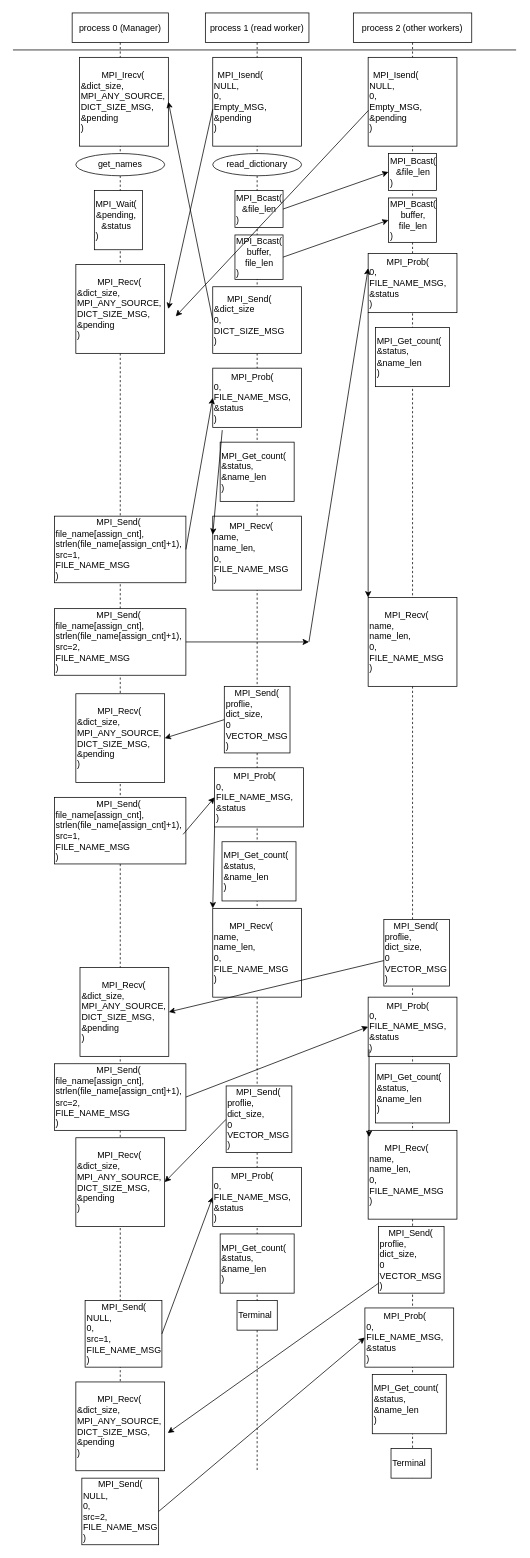
Jacksonacc877/Parallel-Programming- keeps this draw.io diagram as Untitled Diagram.drawio. Above is the earlier version. Source tidied: cells renumbered, new cells numbered last; positions are measured from the earlier drawing's top-left corner, leaving out a move shared by most shapes. Both pictures are drawn from the tidied source at 74%, with x=0, y=0 at pixel (13, 13).
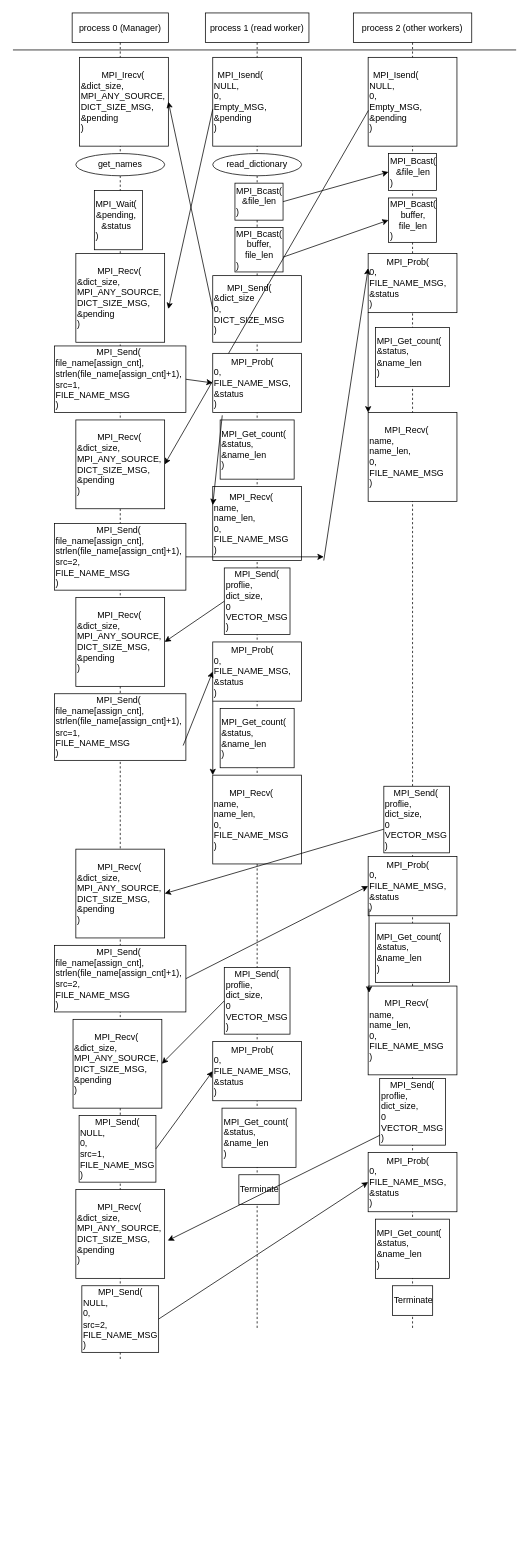
After the change.

The change refers to these unchanged cells:
```xml
<mxCell id="13" value="&lt;div style=&quot;text-align: center&quot;&gt;&lt;span&gt;MPI_Isend(&lt;/span&gt;&lt;/div&gt;NULL,&lt;br&gt;0,&lt;br&gt;&lt;div&gt;Empty_MSG,&lt;/div&gt;&lt;div&gt;&amp;amp;pending&lt;/div&gt;)" style="rounded=0;whiteSpace=wrap;html=1;align=left;" parent="1" vertex="1">
  <mxGeometry x="480" y="60" width="120" height="120" as="geometry" />
</mxCell>
<mxCell id="30" value="&lt;div style=&quot;text-align: center&quot;&gt;&lt;span&gt;MPI_Prob(&lt;/span&gt;&lt;/div&gt;&lt;div&gt;0,&lt;/div&gt;&lt;div&gt;FILE_NAME_MSG,&lt;/div&gt;&lt;div&gt;&amp;amp;status&lt;/div&gt;)" style="rounded=0;whiteSpace=wrap;html=1;align=left;" parent="1" vertex="1">
  <mxGeometry x="480" y="325" width="120" height="80" as="geometry" />
</mxCell>
```

Change to the diagram source:
```diff
@@
     <mxCell id="2" value="process 0 (Manager)" style="shape=umlLifeline;perimeter=lifelinePerimeter;rounded=0;shadow=0;strokeWidth=1;" parent="1" vertex="1">
-      <mxGeometry x="80" width="130" height="1960" as="geometry" />
+      <mxGeometry x="80" width="130" height="1820" as="geometry" />
     </mxCell>
@@
+    <mxCell id="66" value="&lt;div style=&quot;text-align: center&quot;&gt;&lt;span&gt;MPI_Recv(&lt;/span&gt;&lt;/div&gt;&amp;amp;dict_size,&lt;br&gt;MPI_ANY_SOURCE,&lt;br&gt;&lt;div&gt;DICT_SIZE_MSG,&lt;/div&gt;&lt;div&gt;&amp;amp;pending&lt;/div&gt;)" style="rounded=0;whiteSpace=wrap;html=1;align=left;" parent="2" vertex="1">
+      <mxGeometry x="5" y="1590" width="120" height="120" as="geometry" />
+    </mxCell>
     <mxCell id="5" value="process 1 (read worker)" style="shape=umlLifeline;perimeter=lifelinePerimeter;rounded=0;shadow=0;strokeWidth=1;" parent="1" vertex="1">
-      <mxGeometry x="260" width="140" height="1970" as="geometry" />
+      <mxGeometry x="260" width="140" height="1780" as="geometry" />
     </mxCell>
     <mxCell id="6" value="&lt;div style=&quot;text-align: center&quot;&gt;&lt;span&gt;MPI_Prob(&lt;/span&gt;&lt;/div&gt;&lt;div&gt;0,&lt;/div&gt;&lt;div&gt;FILE_NAME_MSG,&lt;/div&gt;&lt;div&gt;&amp;amp;status&lt;/div&gt;)" style="rounded=0;whiteSpace=wrap;html=1;align=left;" parent="5" vertex="1">
-      <mxGeometry x="12.5" y="1020" width="120" height="80" as="geometry" />
+      <mxGeometry x="10" y="850" width="120" height="80" as="geometry" />
     </mxCell>
     <mxCell id="7" value="&lt;div style=&quot;text-align: center&quot;&gt;&lt;span&gt;MPI_Get_count(&lt;/span&gt;&lt;/div&gt;&lt;div&gt;&lt;span&gt;&amp;amp;status,&lt;/span&gt;&lt;br&gt;&lt;/div&gt;&lt;div&gt;&lt;span&gt;&amp;amp;name_len&lt;/span&gt;&lt;/div&gt;)" style="rounded=0;whiteSpace=wrap;html=1;align=left;" parent="5" vertex="1">
-      <mxGeometry x="22.5" y="1120" width="100" height="80" as="geometry" />
+      <mxGeometry x="20" y="940" width="100" height="80" as="geometry" />
     </mxCell>
-    <mxCell id="8" value="&lt;div style=&quot;text-align: center&quot;&gt;Terminal&lt;/div&gt;&lt;div style=&quot;text-align: center&quot;&gt;&lt;/div&gt;" style="rounded=0;whiteSpace=wrap;html=1;align=left;" parent="5" vertex="1">
-      <mxGeometry x="42.8" y="1740" width="54.4" height="40" as="geometry" />
+    <mxCell id="8" value="&lt;div style=&quot;text-align: center&quot;&gt;Terminate&lt;/div&gt;&lt;div style=&quot;text-align: center&quot;&gt;&lt;/div&gt;" style="rounded=0;whiteSpace=wrap;html=1;align=left;" parent="5" vertex="1">
+      <mxGeometry x="45.3" y="1570" width="54.4" height="40" as="geometry" />
     </mxCell>
+    <mxCell id="15" value="&lt;div style=&quot;text-align: center&quot;&gt;&lt;span&gt;MPI_Bcast(&lt;/span&gt;&lt;/div&gt;&lt;div style=&quot;text-align: center&quot;&gt;&amp;amp;file_len&lt;/div&gt;)" style="rounded=0;whiteSpace=wrap;html=1;align=left;" parent="5" vertex="1">
+      <mxGeometry x="40" y="230" width="65" height="50" as="geometry" />
+    </mxCell>
     <mxCell id="9" value="process 2 (other workers)" style="shape=umlLifeline;perimeter=lifelinePerimeter;rounded=0;shadow=0;strokeWidth=1;" parent="1" vertex="1">
-      <mxGeometry x="460" width="160" height="1980" as="geometry" />
+      <mxGeometry x="460" width="160" height="1780" as="geometry" />
     </mxCell>
-    <mxCell id="10" value="&lt;div style=&quot;text-align: center&quot;&gt;Terminal&lt;/div&gt;&lt;div style=&quot;text-align: center&quot;&gt;&lt;/div&gt;" style="rounded=0;whiteSpace=wrap;html=1;align=left;" parent="9" vertex="1">
-      <mxGeometry x="50.9" y="1940" width="54.4" height="40" as="geometry" />
+    <mxCell id="10" value="&lt;div style=&quot;text-align: center&quot;&gt;Terminate&lt;/div&gt;&lt;div style=&quot;text-align: center&quot;&gt;&lt;/div&gt;" style="rounded=0;whiteSpace=wrap;html=1;align=left;" parent="9" vertex="1">
+      <mxGeometry x="52.8" y="1720" width="54.4" height="40" as="geometry" />
     </mxCell>
@@
-    <mxCell id="15" value="&lt;div style=&quot;text-align: center&quot;&gt;&lt;span&gt;MPI_Bcast(&lt;/span&gt;&lt;/div&gt;&lt;div style=&quot;text-align: center&quot;&gt;&amp;amp;file_len&lt;/div&gt;)" style="rounded=0;whiteSpace=wrap;html=1;align=left;" parent="1" vertex="1">
-      <mxGeometry x="300" y="240" width="65" height="50" as="geometry" />
-    </mxCell>
     <mxCell id="16" value="&lt;div style=&quot;text-align: center&quot;&gt;&lt;span&gt;MPI_Bcast(&lt;/span&gt;&lt;/div&gt;&lt;div style=&quot;text-align: center&quot;&gt;buffer,&lt;/div&gt;&lt;div style=&quot;text-align: center&quot;&gt;file_len&lt;/div&gt;)" style="rounded=0;whiteSpace=wrap;html=1;align=left;" parent="1" vertex="1">
-      <mxGeometry x="300" y="300" width="65" height="60" as="geometry" />
+      <mxGeometry x="300" y="290" width="65" height="60" as="geometry" />
     </mxCell>
@@
     <mxCell id="22" value="&lt;div style=&quot;text-align: center&quot;&gt;&lt;span&gt;MPI_Send(&lt;/span&gt;&lt;/div&gt;&amp;amp;dict_size&lt;br&gt;0,&lt;br&gt;&lt;div&gt;DICT_SIZE_MSG&lt;br&gt;&lt;/div&gt;)" style="rounded=0;whiteSpace=wrap;html=1;align=left;" parent="1" vertex="1">
-      <mxGeometry x="270" y="370" width="120" height="90" as="geometry" />
+      <mxGeometry x="270" y="355" width="120" height="90" as="geometry" />
     </mxCell>
@@
     <mxCell id="24" value="&lt;div style=&quot;text-align: center&quot;&gt;&lt;span&gt;MPI_Recv(&lt;/span&gt;&lt;/div&gt;&amp;amp;dict_size,&lt;br&gt;MPI_ANY_SOURCE,&lt;br&gt;&lt;div&gt;DICT_SIZE_MSG,&lt;/div&gt;&lt;div&gt;&amp;amp;pending&lt;/div&gt;)" style="rounded=0;whiteSpace=wrap;html=1;align=left;" parent="1" vertex="1">
-      <mxGeometry x="85" y="340" width="120" height="120" as="geometry" />
+      <mxGeometry x="85" y="325" width="120" height="120" as="geometry" />
     </mxCell>
@@
-    <mxCell id="26" style="endArrow=classic;html=1;exitX=0.003;exitY=0.598;exitDx=0;exitDy=0;exitPerimeter=0;" parent="1" edge="1" source="13">
-      <mxGeometry relative="1" as="geometry">
-        <mxPoint x="220" y="410" as="targetPoint" />
-      </mxGeometry>
+    <mxCell id="26" style="endArrow=classic;html=1;exitX=0.003;exitY=0.598;exitDx=0;exitDy=0;exitPerimeter=0;entryX=1;entryY=0.5;entryDx=0;entryDy=0;" parent="1" edge="1" source="13" target="70">
+      <mxGeometry relative="1" as="geometry" />
     </mxCell>
     <mxCell id="27" value="&lt;div style=&quot;text-align: center&quot;&gt;&lt;span&gt;MPI_Send(&lt;/span&gt;&lt;/div&gt;file_name[assign_cnt],&lt;br&gt;strlen(file_name[assign_cnt]+1),&lt;br&gt;src=1,&lt;br&gt;&lt;div&gt;FILE_NAME_MSG&lt;br&gt;&lt;/div&gt;)" style="rounded=0;whiteSpace=wrap;html=1;align=left;" parent="1" vertex="1">
-      <mxGeometry x="56.2" y="680" width="177.5" height="90" as="geometry" />
+      <mxGeometry x="56.2" y="450" width="177.5" height="90" as="geometry" />
     </mxCell>
     <mxCell id="28" value="&lt;div style=&quot;text-align: center&quot;&gt;&lt;span&gt;MPI_Prob(&lt;/span&gt;&lt;/div&gt;&lt;div&gt;0,&lt;/div&gt;&lt;div&gt;FILE_NAME_MSG,&lt;/div&gt;&lt;div&gt;&amp;amp;status&lt;/div&gt;)" style="rounded=0;whiteSpace=wrap;html=1;align=left;" parent="1" vertex="1">
-      <mxGeometry x="270" y="480" width="120" height="80" as="geometry" />
+      <mxGeometry x="270" y="460" width="120" height="80" as="geometry" />
     </mxCell>
     <mxCell id="29" value="&lt;div style=&quot;text-align: center&quot;&gt;&lt;span&gt;MPI_Get_count(&lt;/span&gt;&lt;/div&gt;&lt;div&gt;&lt;span&gt;&amp;amp;status,&lt;/span&gt;&lt;br&gt;&lt;/div&gt;&lt;div&gt;&lt;span&gt;&amp;amp;name_len&lt;/span&gt;&lt;/div&gt;)" style="rounded=0;whiteSpace=wrap;html=1;align=left;" parent="1" vertex="1">
-      <mxGeometry x="280" y="580" width="100" height="80" as="geometry" />
+      <mxGeometry x="280" y="550" width="100" height="80" as="geometry" />
     </mxCell>
@@
     <mxCell id="32" value="&lt;div style=&quot;text-align: center&quot;&gt;&lt;span&gt;MPI_Recv(&lt;/span&gt;&lt;/div&gt;name,&lt;br&gt;name_len,&lt;br&gt;&lt;div&gt;0,&lt;/div&gt;&lt;div&gt;FILE_NAME_MSG&lt;/div&gt;)" style="rounded=0;whiteSpace=wrap;html=1;align=left;" parent="1" vertex="1">
-      <mxGeometry x="270" y="680" width="120" height="100" as="geometry" />
+      <mxGeometry x="270" y="640" width="120" height="100" as="geometry" />
     </mxCell>
     <mxCell id="33" value="&lt;div style=&quot;text-align: center&quot;&gt;&lt;span&gt;MPI_Recv(&lt;/span&gt;&lt;/div&gt;name,&lt;br&gt;name_len,&lt;br&gt;&lt;div&gt;0,&lt;/div&gt;&lt;div&gt;FILE_NAME_MSG&lt;/div&gt;)" style="rounded=0;whiteSpace=wrap;html=1;align=left;" parent="1" vertex="1">
-      <mxGeometry x="480" y="790" width="120" height="120" as="geometry" />
+      <mxGeometry x="480" y="540" width="120" height="120" as="geometry" />
     </mxCell>
     <mxCell id="34" value="&lt;div style=&quot;text-align: center&quot;&gt;&lt;span&gt;MPI_Send(&lt;/span&gt;&lt;/div&gt;file_name[assign_cnt],&lt;br&gt;strlen(file_name[assign_cnt]+1),&lt;br&gt;src=2,&lt;br&gt;&lt;div&gt;FILE_NAME_MSG&lt;br&gt;&lt;/div&gt;)" style="rounded=0;whiteSpace=wrap;html=1;align=left;" parent="1" vertex="1">
-      <mxGeometry x="56.2" y="805" width="177.5" height="90" as="geometry" />
+      <mxGeometry x="56.2" y="690" width="177.5" height="90" as="geometry" />
     </mxCell>
     <mxCell id="35" style="endArrow=classic;html=1;exitX=1;exitY=0.5;exitDx=0;exitDy=0;" parent="1" edge="1" source="34">
       <mxGeometry relative="1" as="geometry">
-        <mxPoint x="400" y="850" as="targetPoint" />
+        <mxPoint x="420" y="735" as="targetPoint" />
       </mxGeometry>
     </mxCell>
@@
     <mxCell id="37" value="&lt;div style=&quot;text-align: center&quot;&gt;&lt;span&gt;MPI_Send(&lt;/span&gt;&lt;/div&gt;proflie,&lt;br&gt;dict_size,&lt;br&gt;0&lt;br&gt;&lt;div&gt;VECTOR_MSG&lt;br&gt;&lt;/div&gt;)" style="rounded=0;whiteSpace=wrap;html=1;align=left;" parent="1" vertex="1">
-      <mxGeometry x="285.6" y="910" width="88.8" height="90" as="geometry" />
+      <mxGeometry x="285.6" y="750" width="88.8" height="90" as="geometry" />
     </mxCell>
     <mxCell id="38" value="&lt;div style=&quot;text-align: center&quot;&gt;&lt;span&gt;MPI_Send(&lt;/span&gt;&lt;/div&gt;proflie,&lt;br&gt;dict_size,&lt;br&gt;0&lt;br&gt;&lt;div&gt;VECTOR_MSG&lt;br&gt;&lt;/div&gt;)" style="rounded=0;whiteSpace=wrap;html=1;align=left;" parent="1" vertex="1">
-      <mxGeometry x="501.2" y="1225" width="88.8" height="90" as="geometry" />
+      <mxGeometry x="501.2" y="1045" width="88.8" height="90" as="geometry" />
     </mxCell>
     <mxCell id="39" value="&lt;div style=&quot;text-align: center&quot;&gt;&lt;span&gt;MPI_Recv(&lt;/span&gt;&lt;/div&gt;&amp;amp;dict_size,&lt;br&gt;MPI_ANY_SOURCE,&lt;br&gt;&lt;div&gt;DICT_SIZE_MSG,&lt;/div&gt;&lt;div&gt;&amp;amp;pending&lt;/div&gt;)" style="rounded=0;whiteSpace=wrap;html=1;align=left;" parent="1" vertex="1">
-      <mxGeometry x="85" y="920" width="120" height="120" as="geometry" />
+      <mxGeometry x="85" y="790" width="120" height="120" as="geometry" />
     </mxCell>
@@
     <mxCell id="41" value="&lt;div style=&quot;text-align: center&quot;&gt;&lt;span&gt;MPI_Send(&lt;/span&gt;&lt;/div&gt;file_name[assign_cnt],&lt;br&gt;strlen(file_name[assign_cnt]+1),&lt;br&gt;src=1,&lt;br&gt;&lt;div&gt;FILE_NAME_MSG&lt;br&gt;&lt;/div&gt;)" style="rounded=0;whiteSpace=wrap;html=1;align=left;" parent="1" vertex="1">
-      <mxGeometry x="56.2" y="1060" width="177.5" height="90" as="geometry" />
+      <mxGeometry x="56.2" y="920" width="177.5" height="90" as="geometry" />
     </mxCell>
     <mxCell id="42" value="&lt;div style=&quot;text-align: center&quot;&gt;&lt;span&gt;MPI_Recv(&lt;/span&gt;&lt;/div&gt;name,&lt;br&gt;name_len,&lt;br&gt;&lt;div&gt;0,&lt;/div&gt;&lt;div&gt;FILE_NAME_MSG&lt;/div&gt;)" style="rounded=0;whiteSpace=wrap;html=1;align=left;" parent="1" vertex="1">
-      <mxGeometry x="270" y="1210" width="120" height="120" as="geometry" />
+      <mxGeometry x="270" y="1030" width="120" height="120" as="geometry" />
     </mxCell>
     <mxCell id="43" value="&lt;div style=&quot;text-align: center&quot;&gt;&lt;span&gt;MPI_Recv(&lt;/span&gt;&lt;/div&gt;&amp;amp;dict_size,&lt;br&gt;MPI_ANY_SOURCE,&lt;br&gt;&lt;div&gt;DICT_SIZE_MSG,&lt;/div&gt;&lt;div&gt;&amp;amp;pending&lt;/div&gt;)" style="rounded=0;whiteSpace=wrap;html=1;align=left;" parent="1" vertex="1">
-      <mxGeometry x="90.6" y="1290" width="120" height="120" as="geometry" />
+      <mxGeometry x="85" y="1130" width="120" height="120" as="geometry" />
     </mxCell>
@@
     <mxCell id="45" value="&lt;div style=&quot;text-align: center&quot;&gt;&lt;span&gt;MPI_Recv(&lt;/span&gt;&lt;/div&gt;name,&lt;br&gt;name_len,&lt;br&gt;&lt;div&gt;0,&lt;/div&gt;&lt;div&gt;FILE_NAME_MSG&lt;/div&gt;)" style="rounded=0;whiteSpace=wrap;html=1;align=left;" parent="1" vertex="1">
-      <mxGeometry x="480" y="1510" width="120" height="120" as="geometry" />
+      <mxGeometry x="480" y="1315" width="120" height="120" as="geometry" />
     </mxCell>
     <mxCell id="46" value="&lt;div style=&quot;text-align: center&quot;&gt;&lt;span&gt;MPI_Send(&lt;/span&gt;&lt;/div&gt;file_name[assign_cnt],&lt;br&gt;strlen(file_name[assign_cnt]+1),&lt;br&gt;src=2,&lt;br&gt;&lt;div&gt;FILE_NAME_MSG&lt;br&gt;&lt;/div&gt;)" style="rounded=0;whiteSpace=wrap;html=1;align=left;" parent="1" vertex="1">
-      <mxGeometry x="56.2" y="1420" width="177.5" height="90" as="geometry" />
+      <mxGeometry x="56.2" y="1260" width="177.5" height="90" as="geometry" />
     </mxCell>
@@
     <mxCell id="48" value="&lt;div style=&quot;text-align: center&quot;&gt;&lt;span&gt;MPI_Recv(&lt;/span&gt;&lt;/div&gt;&amp;amp;dict_size,&lt;br&gt;MPI_ANY_SOURCE,&lt;br&gt;&lt;div&gt;DICT_SIZE_MSG,&lt;/div&gt;&lt;div&gt;&amp;amp;pending&lt;/div&gt;)" style="rounded=0;whiteSpace=wrap;html=1;align=left;" parent="1" vertex="1">
-      <mxGeometry x="85" y="1520" width="120" height="120" as="geometry" />
+      <mxGeometry x="81.2" y="1360" width="120" height="120" as="geometry" />
     </mxCell>
@@
     <mxCell id="50" value="&lt;div style=&quot;text-align: center&quot;&gt;&lt;span&gt;MPI_Send(&lt;/span&gt;&lt;/div&gt;proflie,&lt;br&gt;dict_size,&lt;br&gt;0&lt;br&gt;&lt;div&gt;VECTOR_MSG&lt;br&gt;&lt;/div&gt;)" style="rounded=0;whiteSpace=wrap;html=1;align=left;" parent="1" vertex="1">
-      <mxGeometry x="288.1" y="1450" width="88.8" height="90" as="geometry" />
+      <mxGeometry x="285.6" y="1290" width="88.8" height="90" as="geometry" />
     </mxCell>
     <mxCell id="51" value="&lt;div style=&quot;text-align: center&quot;&gt;&lt;span&gt;MPI_Send(&lt;/span&gt;&lt;/div&gt;NULL,&lt;br&gt;0,&lt;br&gt;src=1,&lt;br&gt;&lt;div&gt;FILE_NAME_MSG&lt;br&gt;&lt;/div&gt;)" style="rounded=0;whiteSpace=wrap;html=1;align=left;" parent="1" vertex="1">
-      <mxGeometry x="97.5" y="1740" width="103.8" height="90" as="geometry" />
+      <mxGeometry x="89.4" y="1490" width="103.8" height="90" as="geometry" />
     </mxCell>
@@
     <mxCell id="54" style="endArrow=classic;html=1;entryX=0;entryY=0.25;entryDx=0;entryDy=0;" parent="1" edge="1" target="30">
       <mxGeometry relative="1" as="geometry">
-        <mxPoint x="400" y="850" as="sourcePoint" />
+        <mxPoint x="420" y="740" as="sourcePoint" />
       </mxGeometry>
     </mxCell>
@@
     <mxCell id="56" style="endArrow=classic;html=1;entryX=0;entryY=0.5;entryDx=0;entryDy=0;" parent="1" edge="1" target="6">
       <mxGeometry relative="1" as="geometry">
-        <mxPoint x="230" y="1110" as="sourcePoint" />
+        <mxPoint x="230" y="990" as="sourcePoint" />
       </mxGeometry>
     </mxCell>
@@
     <mxCell id="58" value="&lt;div style=&quot;text-align: center&quot;&gt;&lt;span&gt;MPI_Prob(&lt;/span&gt;&lt;/div&gt;&lt;div&gt;0,&lt;/div&gt;&lt;div&gt;FILE_NAME_MSG,&lt;/div&gt;&lt;div&gt;&amp;amp;status&lt;/div&gt;)" style="rounded=0;whiteSpace=wrap;html=1;align=left;" parent="1" vertex="1">
-      <mxGeometry x="480" y="1330" width="120" height="80" as="geometry" />
+      <mxGeometry x="480" y="1140" width="120" height="80" as="geometry" />
     </mxCell>
     <mxCell id="59" value="&lt;div style=&quot;text-align: center&quot;&gt;&lt;span&gt;MPI_Get_count(&lt;/span&gt;&lt;/div&gt;&lt;div&gt;&lt;span&gt;&amp;amp;status,&lt;/span&gt;&lt;br&gt;&lt;/div&gt;&lt;div&gt;&lt;span&gt;&amp;amp;name_len&lt;/span&gt;&lt;/div&gt;)" style="rounded=0;whiteSpace=wrap;html=1;align=left;" parent="1" vertex="1">
-      <mxGeometry x="490" y="1420" width="100" height="80" as="geometry" />
+      <mxGeometry x="490" y="1230" width="100" height="80" as="geometry" />
     </mxCell>
@@
     <mxCell id="61" value="&lt;div style=&quot;text-align: center&quot;&gt;&lt;span&gt;MPI_Get_count(&lt;/span&gt;&lt;/div&gt;&lt;div&gt;&lt;span&gt;&amp;amp;status,&lt;/span&gt;&lt;br&gt;&lt;/div&gt;&lt;div&gt;&lt;span&gt;&amp;amp;name_len&lt;/span&gt;&lt;/div&gt;)" style="rounded=0;whiteSpace=wrap;html=1;align=left;" parent="1" vertex="1">
-      <mxGeometry x="280" y="1650" width="100" height="80" as="geometry" />
+      <mxGeometry x="282.5" y="1480" width="100" height="80" as="geometry" />
     </mxCell>
     <mxCell id="62" value="&lt;div style=&quot;text-align: center&quot;&gt;&lt;span&gt;MPI_Prob(&lt;/span&gt;&lt;/div&gt;&lt;div&gt;0,&lt;/div&gt;&lt;div&gt;FILE_NAME_MSG,&lt;/div&gt;&lt;div&gt;&amp;amp;status&lt;/div&gt;)" style="rounded=0;whiteSpace=wrap;html=1;align=left;" parent="1" vertex="1">
-      <mxGeometry x="270" y="1560" width="120" height="80" as="geometry" />
+      <mxGeometry x="270" y="1390" width="120" height="80" as="geometry" />
     </mxCell>
     <mxCell id="63" value="&lt;div style=&quot;text-align: center&quot;&gt;&lt;span&gt;MPI_Send(&lt;/span&gt;&lt;/div&gt;proflie,&lt;br&gt;dict_size,&lt;br&gt;0&lt;br&gt;&lt;div&gt;VECTOR_MSG&lt;br&gt;&lt;/div&gt;)" style="rounded=0;whiteSpace=wrap;html=1;align=left;" parent="1" vertex="1">
-      <mxGeometry x="493.8" y="1640" width="88.8" height="90" as="geometry" />
+      <mxGeometry x="495.6" y="1440" width="88.8" height="90" as="geometry" />
     </mxCell>
     <mxCell id="64" value="&lt;div style=&quot;text-align: center&quot;&gt;&lt;span&gt;MPI_Prob(&lt;/span&gt;&lt;/div&gt;&lt;div&gt;0,&lt;/div&gt;&lt;div&gt;FILE_NAME_MSG,&lt;/div&gt;&lt;div&gt;&amp;amp;status&lt;/div&gt;)" style="rounded=0;whiteSpace=wrap;html=1;align=left;" parent="1" vertex="1">
-      <mxGeometry x="475.6" y="1750" width="120" height="80" as="geometry" />
+      <mxGeometry x="480" y="1540" width="120" height="80" as="geometry" />
     </mxCell>
     <mxCell id="65" value="&lt;div style=&quot;text-align: center&quot;&gt;&lt;span&gt;MPI_Get_count(&lt;/span&gt;&lt;/div&gt;&lt;div&gt;&lt;span&gt;&amp;amp;status,&lt;/span&gt;&lt;br&gt;&lt;/div&gt;&lt;div&gt;&lt;span&gt;&amp;amp;name_len&lt;/span&gt;&lt;/div&gt;)" style="rounded=0;whiteSpace=wrap;html=1;align=left;" parent="1" vertex="1">
-      <mxGeometry x="485.6" y="1840" width="100" height="80" as="geometry" />
+      <mxGeometry x="490" y="1630" width="100" height="80" as="geometry" />
     </mxCell>
-    <mxCell id="66" value="&lt;div style=&quot;text-align: center&quot;&gt;&lt;span&gt;MPI_Recv(&lt;/span&gt;&lt;/div&gt;&amp;amp;dict_size,&lt;br&gt;MPI_ANY_SOURCE,&lt;br&gt;&lt;div&gt;DICT_SIZE_MSG,&lt;/div&gt;&lt;div&gt;&amp;amp;pending&lt;/div&gt;)" style="rounded=0;whiteSpace=wrap;html=1;align=left;" parent="1" vertex="1">
-      <mxGeometry x="85" y="1850" width="120" height="120" as="geometry" />
-    </mxCell>
     <mxCell id="67" value="&lt;div style=&quot;text-align: center&quot;&gt;&lt;span&gt;MPI_Send(&lt;/span&gt;&lt;/div&gt;NULL,&lt;br&gt;0,&lt;br&gt;src=2,&lt;br&gt;&lt;div&gt;FILE_NAME_MSG&lt;br&gt;&lt;/div&gt;)" style="rounded=0;whiteSpace=wrap;html=1;align=left;" parent="1" vertex="1">
-      <mxGeometry x="93.1" y="1980" width="103.8" height="90" as="geometry" />
+      <mxGeometry x="93.1" y="1720" width="103.8" height="90" as="geometry" />
     </mxCell>
@@
+    <mxCell id="70" value="&lt;div style=&quot;text-align: center&quot;&gt;&lt;span&gt;MPI_Recv(&lt;/span&gt;&lt;/div&gt;&amp;amp;dict_size,&lt;br&gt;MPI_ANY_SOURCE,&lt;br&gt;&lt;div&gt;DICT_SIZE_MSG,&lt;/div&gt;&lt;div&gt;&amp;amp;pending&lt;/div&gt;)" style="rounded=0;whiteSpace=wrap;html=1;align=left;" parent="1" vertex="1">
+      <mxGeometry x="85" y="550" width="120" height="120" as="geometry" />
+    </mxCell>
```
